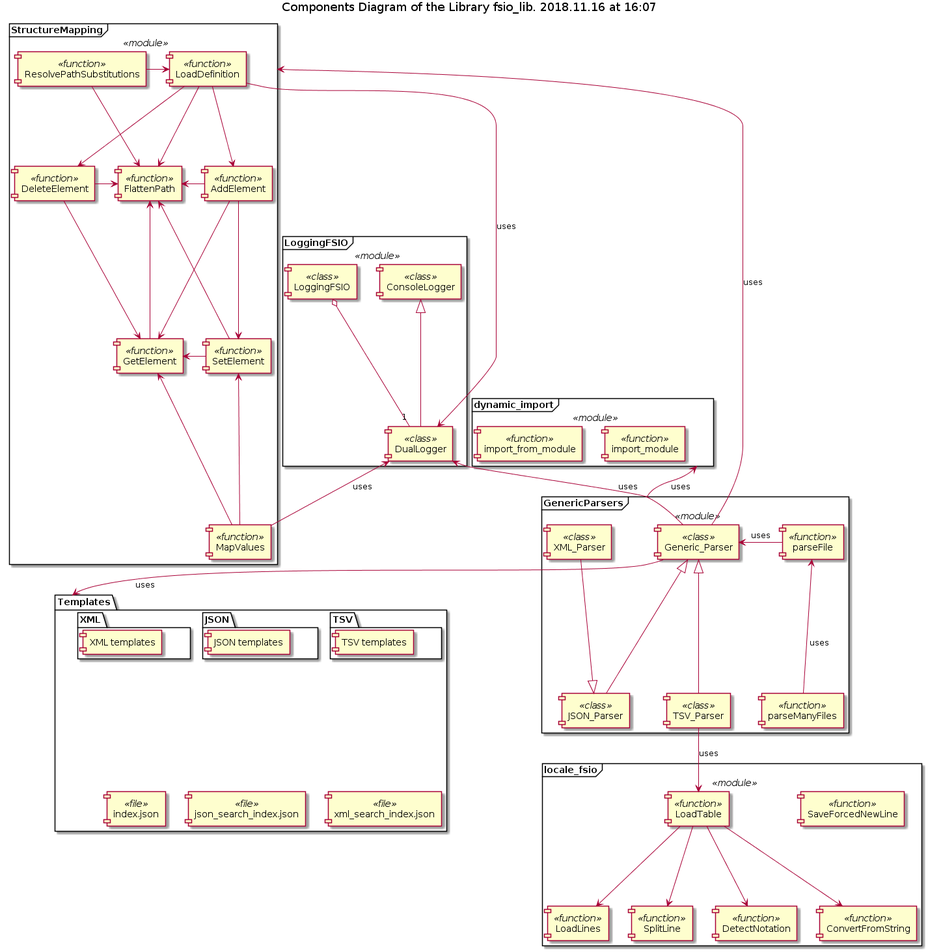
FooBarShebang/fsio_lib keeps this PlantUML diagram as Documentation/UML/fsio_lib_components.png. Above is the earlier version.
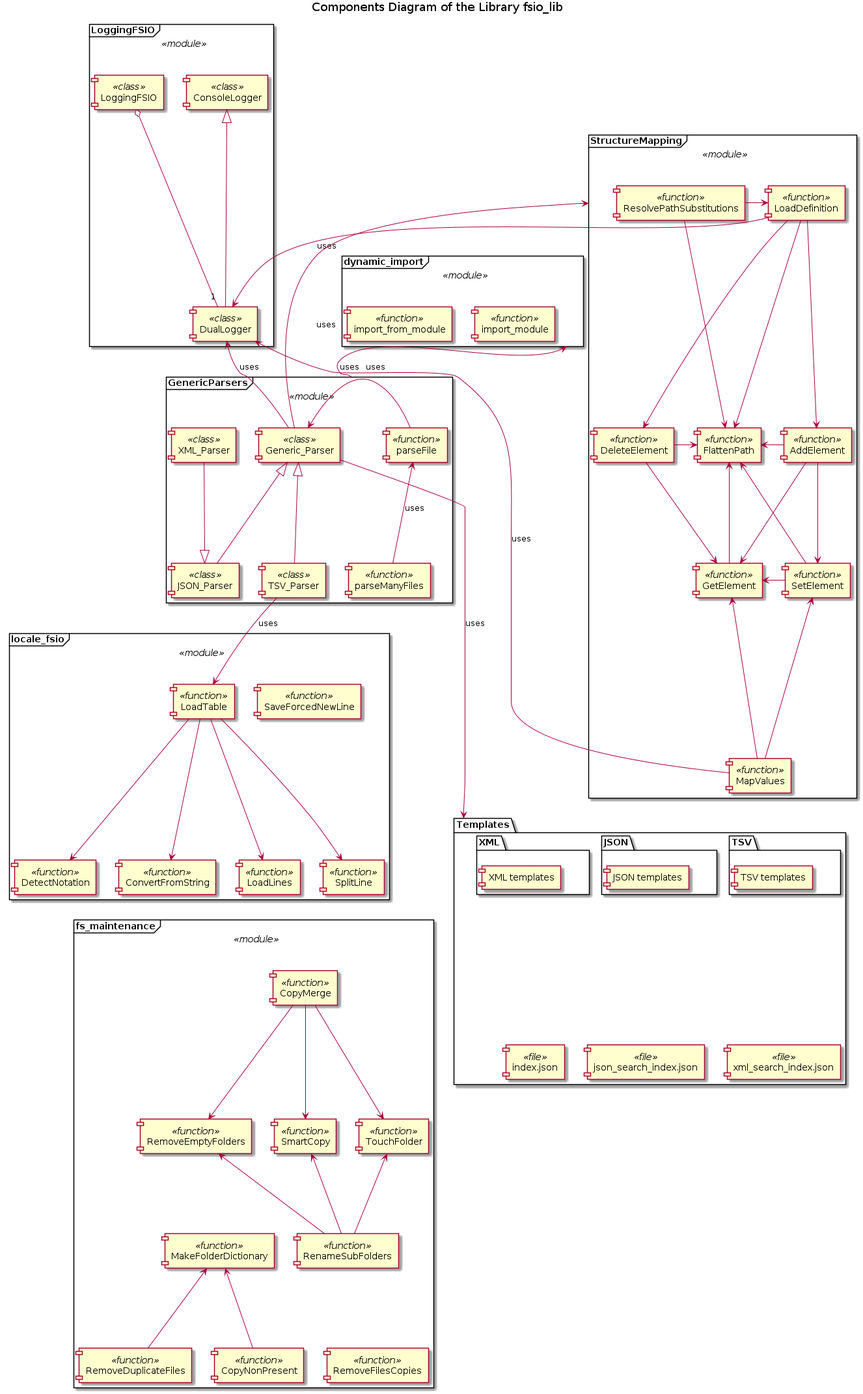
Later version of the same file.

Diff of the diagram source:
```diff
@@ -19,7 +19,51 @@
 
 
 
-title Components Diagram of the Library fsio_lib. 2018.11.16 at 16:07
+
+
+title Components Diagram of the Library fsio_lib
+
+
+
+frame "fs_maintenance" <<module>> {
+    component "CopyMerge" <<function>>
+
+    component "SmartCopy" <<function>>
+
+    component "TouchFolder" <<function>>
+
+    component "RemoveEmptyFolders" <<function>>
+
+    component "RenameSubFolders" <<function>>
+
+    CopyMerge --> RemoveEmptyFolders
+
+    CopyMerge --> SmartCopy
+
+    CopyMerge --> TouchFolder
+
+    SmartCopy <-- RenameSubFolders
+
+    TouchFolder <-- RenameSubFolders
+
+    RemoveEmptyFolders <-- RenameSubFolders
+
+    component "MakeFolderDictionary" <<function>>
+
+    MakeFolderDictionary -[hidden]right- RenameSubFolders
+
+    component "RemoveDuplicateFiles" <<function>>
+
+    component "CopyNonPresent" <<function>>
+
+    MakeFolderDictionary <-- RemoveDuplicateFiles
+
+    MakeFolderDictionary <-- CopyNonPresent
+
+    component "RemoveFilesCopies" <<function>>
+
+    RenameSubFolders -[hidden]- RemoveFilesCopies
+}
 
 
 
@@ -192,4 +236,6 @@
 
 TSV_Parser --> LoadTable : uses
 
+locale_fsio --[hidden]-- fs_maintenance
+
 @enduml
```
